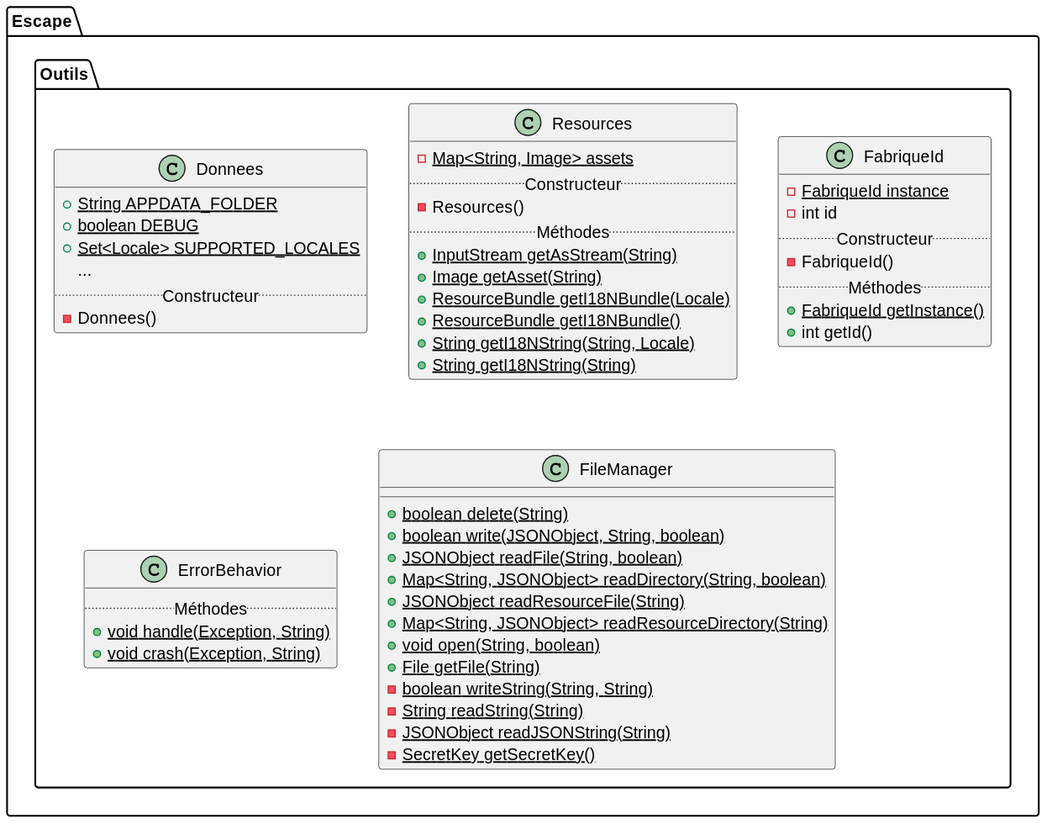
Before: docs/uml/class-diagram-outils.svg, a diagram exported from PlantUML (victord54/escape).
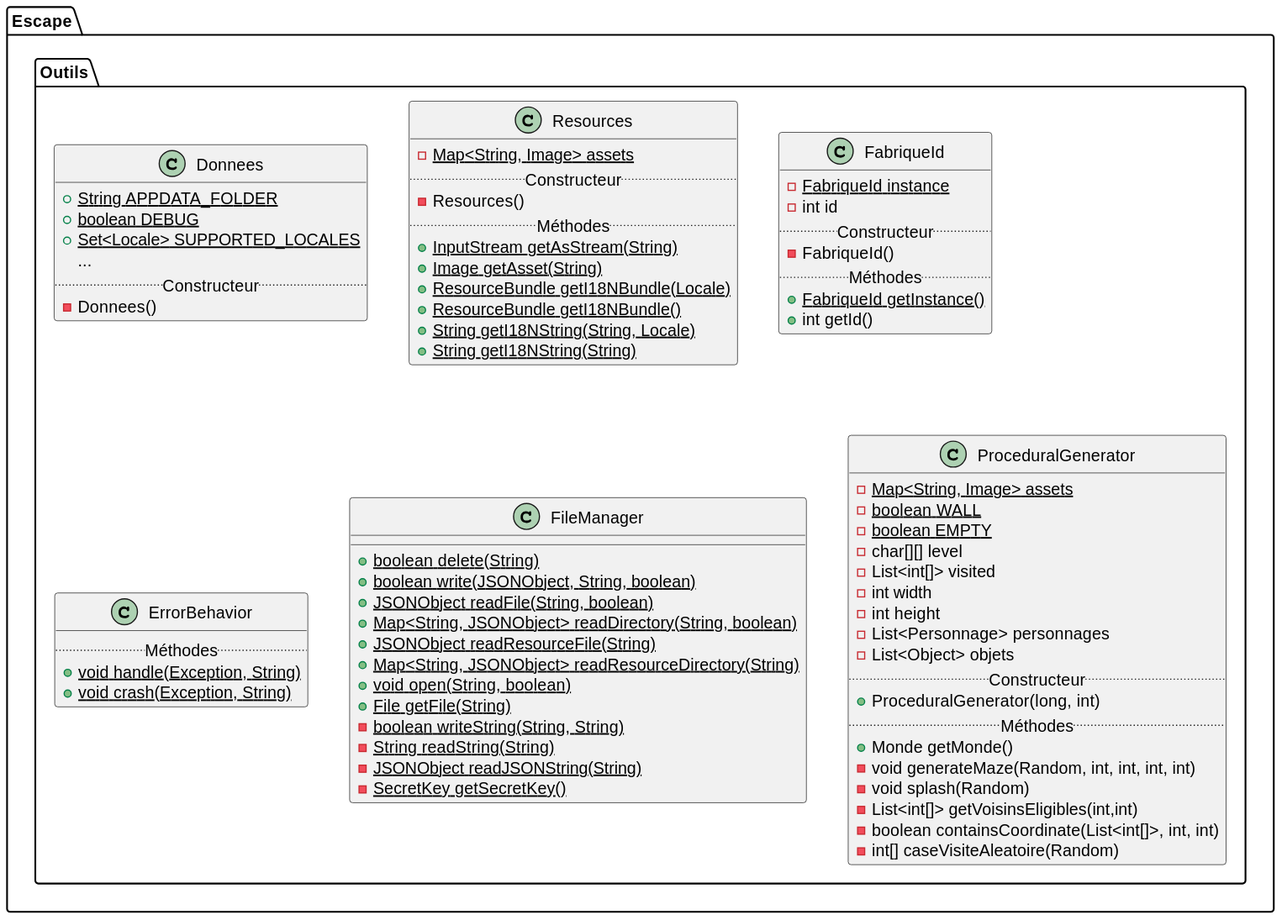
After the commit.

Commit message:
ajout classe ProceduralGenerator

The edit, as a diff of the source:
```diff
@@ -54,6 +54,27 @@
             - {static} JSONObject readJSONString(String)
             - {static} SecretKey getSecretKey()
         }
+
+        class ProceduralGenerator {
+            - {static} Map<String, Image> assets
+            - {static} boolean WALL
+            - {static} boolean EMPTY
+            - char[][] level
+            - List<int[]> visited
+            - int width
+            - int height
+            - List<Personnage> personnages
+            - List<Object> objets
+            ..Constructeur..
+            + ProceduralGenerator(long, int)
+            ..Méthodes..
+            + Monde getMonde()
+            - void generateMaze(Random, int, int, int, int)
+            - void splash(Random)
+            - List<int[]> getVoisinsEligibles(int,int)
+            - boolean containsCoordinate(List<int[]>, int, int)
+            - int[] caseVisiteAleatoire(Random)
+        }
     }
 }
 @enduml
```
